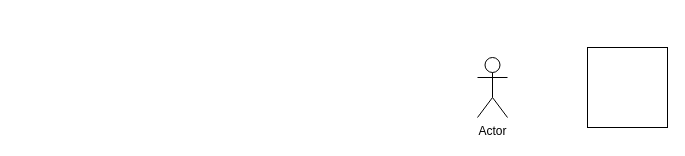
Before: expert_translator.drawio in Mr-Ruben/jupyter_staff, a draw.io diagram. Source tidied: cells renumbered, new cells numbered last; positions are measured from the earlier drawing's top-left corner, leaving out a move shared by most shapes. Both pictures are drawn from the tidied source at 100%, with x=0, y=0 at pixel (477, 47).
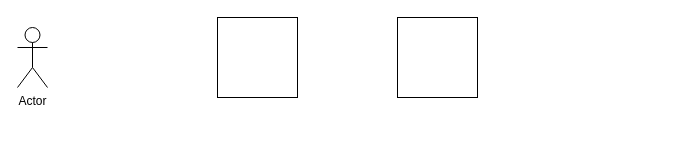
The same diagram, later.

What changed in the source:
```diff
@@
 <mxGraphModel>
   <root>
     <mxCell id="0" />
     <mxCell id="1" parent="0" />
     <mxCell id="2" value="Actor" style="shape=umlActor;verticalLabelPosition=bottom;verticalAlign=top;html=1;" parent="1" vertex="1">
-      <mxGeometry y="10" width="30" height="60" as="geometry" />
+      <mxGeometry x="-460" y="-20" width="30" height="60" as="geometry" />
     </mxCell>
     <mxCell id="3" style="whiteSpace=wrap;html=1;" parent="1" vertex="1">
-      <mxGeometry x="110" width="80" height="80" as="geometry" />
+      <mxGeometry x="-260" y="-30" width="80" height="80" as="geometry" />
     </mxCell>
+    <mxCell id="4" style="whiteSpace=wrap;html=1;" parent="1" vertex="1">
+      <mxGeometry x="-80" y="-30" width="80" height="80" as="geometry" />
+    </mxCell>
   </root>
 </mxGraphModel>
```
